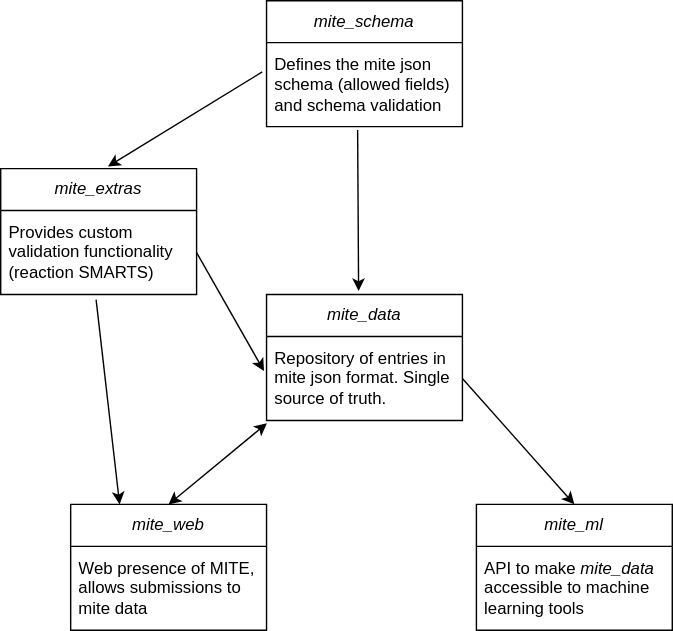
This is profile/mite_standard_repo_dependency_graph.drawio.svg from mite-standard/.github, a draw.io export, as it was before one commit. Source tidied: cells renumbered, new cells last; positions are measured from the earlier drawing's top-left corner, leaving out a move shared by most shapes.
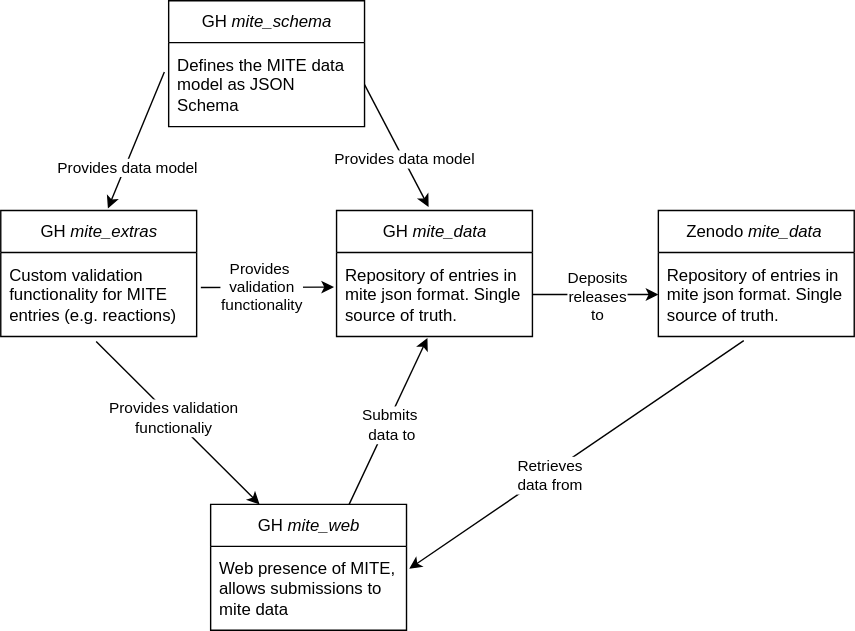
The same file after the commit.

Commit message:
Updated dependency graph

The edit, as a diff of the source:
```diff
@@ -2,53 +2,86 @@
   <root>
     <mxCell id="0" />
     <mxCell id="1" parent="0" />
-    <mxCell id="2" value="&lt;i&gt;mite_schema&lt;/i&gt;" style="swimlane;fontStyle=0;horizontal=1;startSize=30;whiteSpace=wrap;html=1;fillColor=none;labelBackgroundColor=none;" parent="1" vertex="1">
-      <mxGeometry x="190" width="140" height="90" as="geometry" />
+    <mxCell id="2" value="GH&lt;i&gt; mite_schema&lt;/i&gt;" style="swimlane;fontStyle=0;horizontal=1;startSize=30;whiteSpace=wrap;html=1;fillColor=none;labelBackgroundColor=none;" parent="1" vertex="1">
+      <mxGeometry x="70" y="-20" width="140" height="90" as="geometry" />
     </mxCell>
-    <mxCell id="3" value="&lt;div&gt;Defines the mite json schema (allowed fields) and schema validation&lt;br&gt;&lt;/div&gt;" style="text;fillColor=none;align=left;verticalAlign=middle;spacingLeft=4;spacingRight=4;overflow=hidden;points=[[0,0.5],[1,0.5]];portConstraint=eastwest;whiteSpace=wrap;html=1;labelBackgroundColor=none;" parent="2" vertex="1">
+    <mxCell id="3" value="&lt;div&gt;Defines the MITE data model as JSON Schema&lt;/div&gt;" style="text;fillColor=none;align=left;verticalAlign=middle;spacingLeft=4;spacingRight=4;overflow=hidden;points=[[0,0.5],[1,0.5]];portConstraint=eastwest;whiteSpace=wrap;html=1;labelBackgroundColor=none;" parent="2" vertex="1">
       <mxGeometry y="30" width="140" height="60" as="geometry" />
     </mxCell>
-    <mxCell id="4" value="&lt;i&gt;mite_data&lt;/i&gt;" style="swimlane;fontStyle=0;horizontal=1;startSize=30;whiteSpace=wrap;html=1;fillColor=none;labelBackgroundColor=none;" parent="1" vertex="1">
-      <mxGeometry x="190" y="210" width="140" height="90" as="geometry" />
+    <mxCell id="4" value="GH&lt;i&gt; mite_data&lt;/i&gt;" style="swimlane;fontStyle=0;horizontal=1;startSize=30;whiteSpace=wrap;html=1;fillColor=none;labelBackgroundColor=none;" parent="1" vertex="1">
+      <mxGeometry x="190" y="130" width="140" height="90" as="geometry" />
     </mxCell>
     <mxCell id="5" value="&lt;div&gt;Repository of entries in mite json format. Single source of truth.&lt;br&gt;&lt;/div&gt;" style="text;fillColor=none;align=left;verticalAlign=middle;spacingLeft=4;spacingRight=4;overflow=hidden;points=[[0,0.5],[1,0.5]];portConstraint=eastwest;whiteSpace=wrap;html=1;labelBackgroundColor=none;" parent="4" vertex="1">
       <mxGeometry y="30" width="140" height="60" as="geometry" />
     </mxCell>
-    <mxCell id="6" value="&lt;i&gt;mite_extras&lt;/i&gt;" style="swimlane;fontStyle=0;horizontal=1;startSize=30;whiteSpace=wrap;html=1;fillColor=none;labelBackgroundColor=none;" parent="1" vertex="1">
-      <mxGeometry y="120" width="140" height="90" as="geometry" />
+    <mxCell id="6" value="GH&amp;nbsp;&lt;i&gt;mite_extras&lt;/i&gt;" style="swimlane;fontStyle=0;horizontal=1;startSize=30;whiteSpace=wrap;html=1;fillColor=none;labelBackgroundColor=none;" parent="1" vertex="1">
+      <mxGeometry x="-50" y="130" width="140" height="90" as="geometry" />
     </mxCell>
-    <mxCell id="7" value="Provides custom validation functionality (reaction SMARTS)" style="text;fillColor=none;align=left;verticalAlign=middle;spacingLeft=4;spacingRight=4;overflow=hidden;points=[[0,0.5],[1,0.5]];portConstraint=eastwest;whiteSpace=wrap;html=1;labelBackgroundColor=none;" parent="6" vertex="1">
+    <mxCell id="7" value="Custom validation functionality for MITE entries (e.g. reactions)" style="text;fillColor=none;align=left;verticalAlign=middle;spacingLeft=4;spacingRight=4;overflow=hidden;points=[[0,0.5],[1,0.5]];portConstraint=eastwest;whiteSpace=wrap;html=1;labelBackgroundColor=none;" parent="6" vertex="1">
       <mxGeometry y="30" width="140" height="60" as="geometry" />
     </mxCell>
-    <mxCell id="8" value="&lt;i&gt;mite_web&lt;/i&gt;" style="swimlane;fontStyle=0;horizontal=1;startSize=30;whiteSpace=wrap;html=1;fillColor=none;labelBackgroundColor=none;" parent="1" vertex="1">
-      <mxGeometry x="50" y="360" width="140" height="90" as="geometry" />
+    <mxCell id="8" value="GH&lt;i&gt; mite_web&lt;/i&gt;" style="swimlane;fontStyle=0;horizontal=1;startSize=30;whiteSpace=wrap;html=1;fillColor=none;labelBackgroundColor=none;" parent="1" vertex="1">
+      <mxGeometry x="100" y="340" width="140" height="90" as="geometry" />
     </mxCell>
     <mxCell id="9" value="Web presence of MITE, allows submissions to mite data" style="text;fillColor=none;align=left;verticalAlign=middle;spacingLeft=4;spacingRight=4;overflow=hidden;points=[[0,0.5],[1,0.5]];portConstraint=eastwest;whiteSpace=wrap;html=1;labelBackgroundColor=none;" parent="8" vertex="1">
       <mxGeometry y="30" width="140" height="60" as="geometry" />
     </mxCell>
-    <mxCell id="10" value="&lt;i&gt;mite_ml&lt;/i&gt;" style="swimlane;fontStyle=0;horizontal=1;startSize=30;whiteSpace=wrap;html=1;fillColor=none;labelBackgroundColor=none;" parent="1" vertex="1">
-      <mxGeometry x="340" y="360" width="140" height="90" as="geometry" />
-    </mxCell>
-    <mxCell id="11" value="API to make &lt;i&gt;mite_data&lt;/i&gt; accessible to machine learning tools" style="text;fillColor=none;align=left;verticalAlign=middle;spacingLeft=4;spacingRight=4;overflow=hidden;whiteSpace=wrap;html=1;labelBackgroundColor=none;" parent="10" vertex="1">
-      <mxGeometry y="30" width="140" height="60" as="geometry" />
-    </mxCell>
-    <mxCell id="12" style="endArrow=classic;html=1;rounded=0;exitX=0.465;exitY=1.039;exitDx=0;exitDy=0;exitPerimeter=0;entryX=0.47;entryY=-0.028;entryDx=0;entryDy=0;entryPerimeter=0;fillColor=none;fontColor=#4D4D4D;labelBackgroundColor=none;" parent="1" edge="1" source="3" target="4">
+    <mxCell id="12" style="endArrow=classic;html=1;rounded=0;exitX=1;exitY=0.5;exitDx=0;exitDy=0;entryX=0.47;entryY=-0.028;entryDx=0;entryDy=0;entryPerimeter=0;fillColor=none;fontColor=#4D4D4D;labelBackgroundColor=none;" parent="1" edge="1" source="3" target="4">
       <mxGeometry relative="1" as="geometry" />
     </mxCell>
+    <mxCell id="18" value="Provides data model" style="edgeLabel;html=1;align=center;verticalAlign=middle;" parent="12" vertex="1">
+      <mxGeometry x="0.2" y="-1" relative="1" as="geometry">
+        <mxPoint x="1" as="offset" />
+      </mxGeometry>
+    </mxCell>
     <mxCell id="13" style="endArrow=classic;html=1;rounded=0;exitX=-0.022;exitY=0.349;exitDx=0;exitDy=0;exitPerimeter=0;entryX=0.547;entryY=-0.016;entryDx=0;entryDy=0;entryPerimeter=0;fillColor=none;fontColor=#4D4D4D;labelBackgroundColor=none;" parent="1" edge="1" source="3" target="6">
       <mxGeometry relative="1" as="geometry" />
     </mxCell>
+    <mxCell id="19" value="Provides data model" style="edgeLabel;html=1;align=center;verticalAlign=middle;" parent="13" vertex="1">
+      <mxGeometry x="0.38" relative="1" as="geometry" />
+    </mxCell>
-    <mxCell id="14" style="endArrow=classic;html=1;rounded=0;exitX=1;exitY=0.5;exitDx=0;exitDy=0;entryX=-0.013;entryY=0.412;entryDx=0;entryDy=0;entryPerimeter=0;fillColor=none;fontColor=#4D4D4D;labelBackgroundColor=none;" parent="1" edge="1" source="7" target="5">
-      <mxGeometry relative="1" as="geometry" />
+    <mxCell id="14" style="endArrow=classic;html=1;rounded=0;entryX=-0.013;entryY=0.412;entryDx=0;entryDy=0;entryPerimeter=0;fillColor=none;fontColor=#4D4D4D;labelBackgroundColor=none;" parent="1" edge="1" target="5">
+      <mxGeometry relative="1" as="geometry">
+        <mxPoint x="93" y="185" as="sourcePoint" />
+      </mxGeometry>
     </mxCell>
+    <mxCell id="20" value="Provides&amp;nbsp;&lt;br&gt;validation&lt;br&gt;functionality" style="edgeLabel;html=1;align=center;verticalAlign=middle;" parent="14" vertex="1">
+      <mxGeometry x="-0.1" y="1" relative="1" as="geometry" />
+    </mxCell>
-    <mxCell id="15" style="endArrow=classic;startArrow=classic;html=1;rounded=0;exitX=0.5;exitY=0;exitDx=0;exitDy=0;entryX=0.002;entryY=1.033;entryDx=0;entryDy=0;entryPerimeter=0;fillColor=none;fontColor=#4D4D4D;labelBackgroundColor=none;" parent="1" edge="1" source="8" target="5">
+    <mxCell id="15" style="endArrow=classic;startArrow=none;html=1;rounded=0;exitX=0.707;exitY=0;exitDx=0;exitDy=0;entryX=0.464;entryY=1.017;entryDx=0;entryDy=0;entryPerimeter=0;fillColor=none;fontColor=#4D4D4D;labelBackgroundColor=none;startFill=0;exitPerimeter=0;" parent="1" edge="1" source="8" target="5">
       <mxGeometry relative="1" as="geometry" />
     </mxCell>
+    <mxCell id="21" value="Submits&amp;nbsp;&lt;br&gt;data to" style="edgeLabel;html=1;align=center;verticalAlign=middle;" parent="15" vertex="1">
+      <mxGeometry x="-0.02" y="-2" relative="1" as="geometry" />
+    </mxCell>
     <mxCell id="16" style="endArrow=classic;html=1;rounded=0;exitX=0.487;exitY=1.061;exitDx=0;exitDy=0;exitPerimeter=0;entryX=0.25;entryY=0;entryDx=0;entryDy=0;fillColor=none;fontColor=#4D4D4D;labelBackgroundColor=none;" parent="1" edge="1" source="7" target="8">
       <mxGeometry relative="1" as="geometry" />
     </mxCell>
-    <mxCell id="17" style="endArrow=classic;html=1;rounded=0;exitX=1;exitY=0.5;exitDx=0;exitDy=0;entryX=0.5;entryY=0;entryDx=0;entryDy=0;fillColor=none;fontColor=#4D4D4D;labelBackgroundColor=none;" parent="1" edge="1" source="5" target="10">
-      <mxGeometry relative="1" as="geometry" />
-    </mxCell>
+    <mxCell id="22" value="Text" style="edgeLabel;html=1;align=center;verticalAlign=middle;" parent="16" vertex="1">
+      <mxGeometry x="-0.05" y="-3" relative="1" as="geometry">
+        <mxPoint y="-1" as="offset" />
+      </mxGeometry>
+    </mxCell>
+    <mxCell id="23" value="&lt;div&gt;Provides validation&lt;/div&gt;&lt;div&gt;functionaliy&lt;/div&gt;" style="edgeLabel;html=1;align=center;verticalAlign=middle;" parent="16" vertex="1">
+      <mxGeometry x="-0.06" relative="1" as="geometry" />
+    </mxCell>
+    <mxCell id="24" style="endArrow=classic;html=1;rounded=0;entryX=1.014;entryY=0.267;entryDx=0;entryDy=0;exitX=0.436;exitY=1.05;exitDx=0;exitDy=0;exitPerimeter=0;entryPerimeter=0;" parent="1" edge="1" source="27" target="9">
+      <mxGeometry relative="1" as="geometry" />
+    </mxCell>
+    <mxCell id="25" value="&lt;div&gt;Retrieves&lt;/div&gt;&lt;div&gt;data from&lt;/div&gt;" style="edgeLabel;html=1;align=center;verticalAlign=middle;" parent="24" vertex="1">
+      <mxGeometry x="0.17" relative="1" as="geometry" />
+    </mxCell>
+    <mxCell id="26" value="Zenodo&lt;i&gt; mite_data&amp;nbsp;&lt;/i&gt;" style="swimlane;fontStyle=0;horizontal=1;startSize=30;whiteSpace=wrap;html=1;fillColor=none;labelBackgroundColor=none;" parent="1" vertex="1">
+      <mxGeometry x="420" y="130" width="140" height="90" as="geometry" />
+    </mxCell>
+    <mxCell id="27" value="&lt;div&gt;Repository of entries in mite json format. Single source of truth.&lt;br&gt;&lt;/div&gt;" style="text;fillColor=none;align=left;verticalAlign=middle;spacingLeft=4;spacingRight=4;overflow=hidden;points=[[0,0.5],[1,0.5]];portConstraint=eastwest;whiteSpace=wrap;html=1;labelBackgroundColor=none;" parent="26" vertex="1">
+      <mxGeometry y="30" width="140" height="60" as="geometry" />
+    </mxCell>
+    <mxCell id="28" style="edgeStyle=orthogonalEdgeStyle;rounded=0;jettySize=auto;html=1;entryX=0;entryY=0.5;entryDx=0;entryDy=0;" parent="1" edge="1" source="5" target="27">
+      <mxGeometry relative="1" as="geometry" />
+    </mxCell>
+    <mxCell id="29" value="&lt;div&gt;Deposits&lt;/div&gt;&lt;div&gt;releases&lt;br&gt;to&lt;/div&gt;" style="edgeLabel;html=1;align=center;verticalAlign=middle;" parent="28" vertex="1">
+      <mxGeometry relative="1" as="geometry" />
+    </mxCell>
   </root>
 </mxGraphModel>
```
